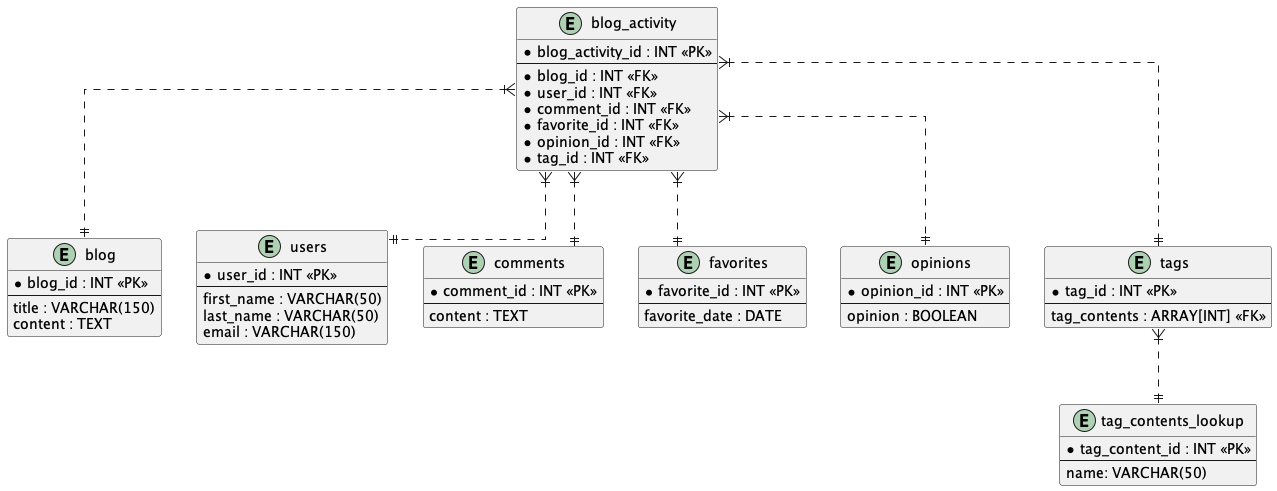
Earlier version of the PlantUML export images/blog-dw-db.png (StackZack/blogs-data-pipeline). The source it was exported from:
```plantuml
@startuml

skinparam linetype ortho

entity "blog_activity" as blog_activity {
  *blog_activity_id : INT <<PK>>
  --
  *blog_id : INT <<FK>>
  *user_id : INT <<FK>>
  *comment_id : INT <<FK>>
  *favorite_id : INT <<FK>>
  *opinion_id : INT <<FK>>
  *tag_id : INT <<FK>>
}

entity "blog" as blog {
  *blog_id : INT <<PK>>
  --
  title : VARCHAR(150)
  content : TEXT
}

entity "users" as users {
  *user_id : INT <<PK>>
  --
  first_name : VARCHAR(50)
  last_name : VARCHAR(50)
  email : VARCHAR(150)
}

entity "comments" as comments {
  *comment_id : INT <<PK>>
  --
  content : TEXT
}

entity "favorites" as favorites {
  *favorite_id : INT <<PK>>
  --
  favorite_date : DATE
}

entity "opinions" as opinions {
  *opinion_id : INT <<PK>>
  --
  opinion : BOOLEAN
}

entity "tag_contents_lookup" as tag_contents_lookup {
  *tag_content_id : INT <<PK>>
  --
  name: VARCHAR(50)
}

entity "tags" as tags {
  *tag_id : INT <<PK>>
  --
  tag_contents : ARRAY[INT] <<FK>>
}

blog_activity }|..|| users
blog_activity }|..|| blog
blog_activity }|..|| comments
blog_activity }|..|| favorites
blog_activity }|..|| opinions
blog_activity }|..|| tags
tags }|..|| tag_contents_lookup

@enduml
```
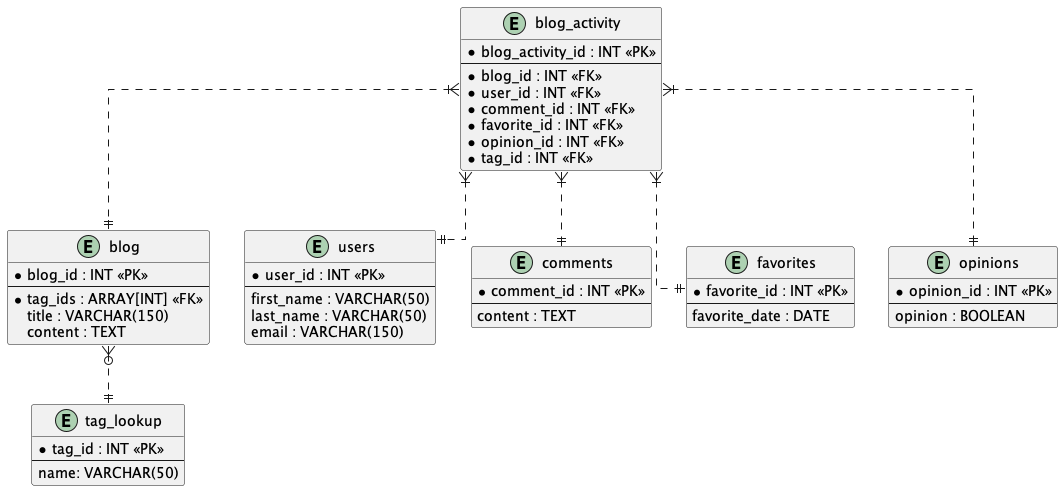
Later version of the same file.

Commit message:
Corrected data warehouse diagram and updated batch pipeline diagram.

The edit, as a diff of the source:
```diff
@@ -16,6 +16,7 @@
 entity "blog" as blog {
   *blog_id : INT <<PK>>
   --
+  *tag_ids : ARRAY[INT] <<FK>>
   title : VARCHAR(150)
   content : TEXT
 }
@@ -46,16 +47,10 @@
   opinion : BOOLEAN
 }
 
-entity "tag_contents_lookup" as tag_contents_lookup {
-  *tag_content_id : INT <<PK>>
+entity "tag_lookup" as tag_lookup {
+  *tag_id : INT <<PK>>
   --
   name: VARCHAR(50)
-}
-
-entity "tags" as tags {
-  *tag_id : INT <<PK>>
-  --
-  tag_contents : ARRAY[INT] <<FK>>
 }
 
 blog_activity }|..|| users
@@ -63,7 +58,6 @@
 blog_activity }|..|| comments
 blog_activity }|..|| favorites
 blog_activity }|..|| opinions
-blog_activity }|..|| tags
-tags }|..|| tag_contents_lookup
+blog }o..|| tag_lookup
 
 @enduml
```
